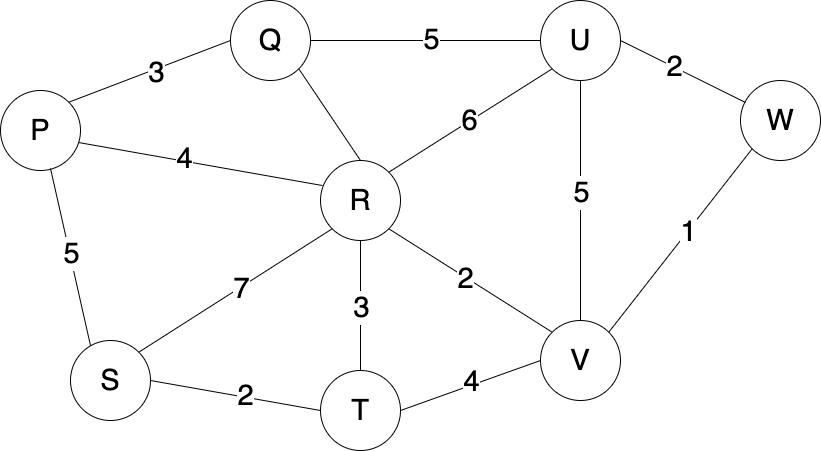
Earlier version of the draw.io export public/images/comp2521-revision/4-mst.png (csesoc/learn). Source tidied: cells renumbered, new cells last; positions are measured from the earlier drawing's top-left corner, leaving out a move shared by most shapes.
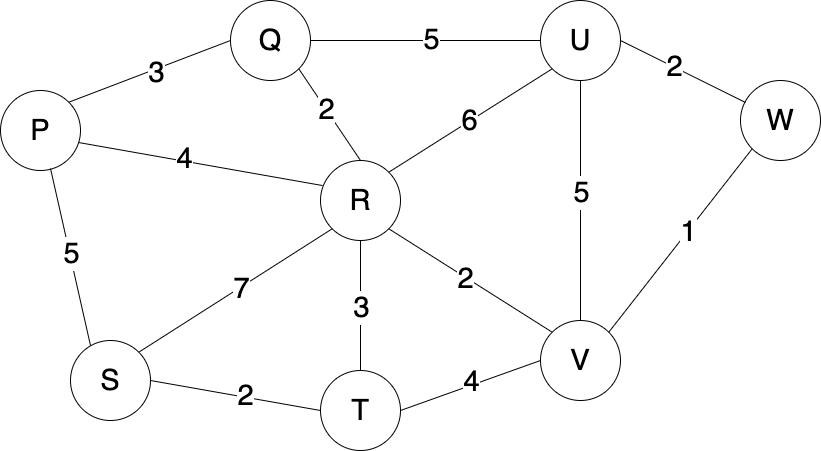
The same diagram one commit later.

Change to the diagram source:
```diff
@@ -83,6 +83,9 @@
     <mxCell id="28" style="endArrow=none;html=1;fontSize=29;exitX=1;exitY=1;exitDx=0;exitDy=0;entryX=0.5;entryY=0;entryDx=0;entryDy=0;" parent="1" edge="1" source="8" target="2">
       <mxGeometry relative="1" as="geometry" />
     </mxCell>
+    <mxCell id="37" value="2" style="edgeLabel;html=1;align=center;verticalAlign=middle;fontSize=29;" parent="28" vertex="1">
+      <mxGeometry x="-0.13" relative="1" as="geometry" />
+    </mxCell>
     <mxCell id="29" style="endArrow=none;html=1;fontSize=29;exitX=0.5;exitY=0;exitDx=0;exitDy=0;entryX=0.5;entryY=1;entryDx=0;entryDy=0;" parent="1" edge="1" source="5" target="3">
       <mxGeometry relative="1" as="geometry" />
     </mxCell>
```
